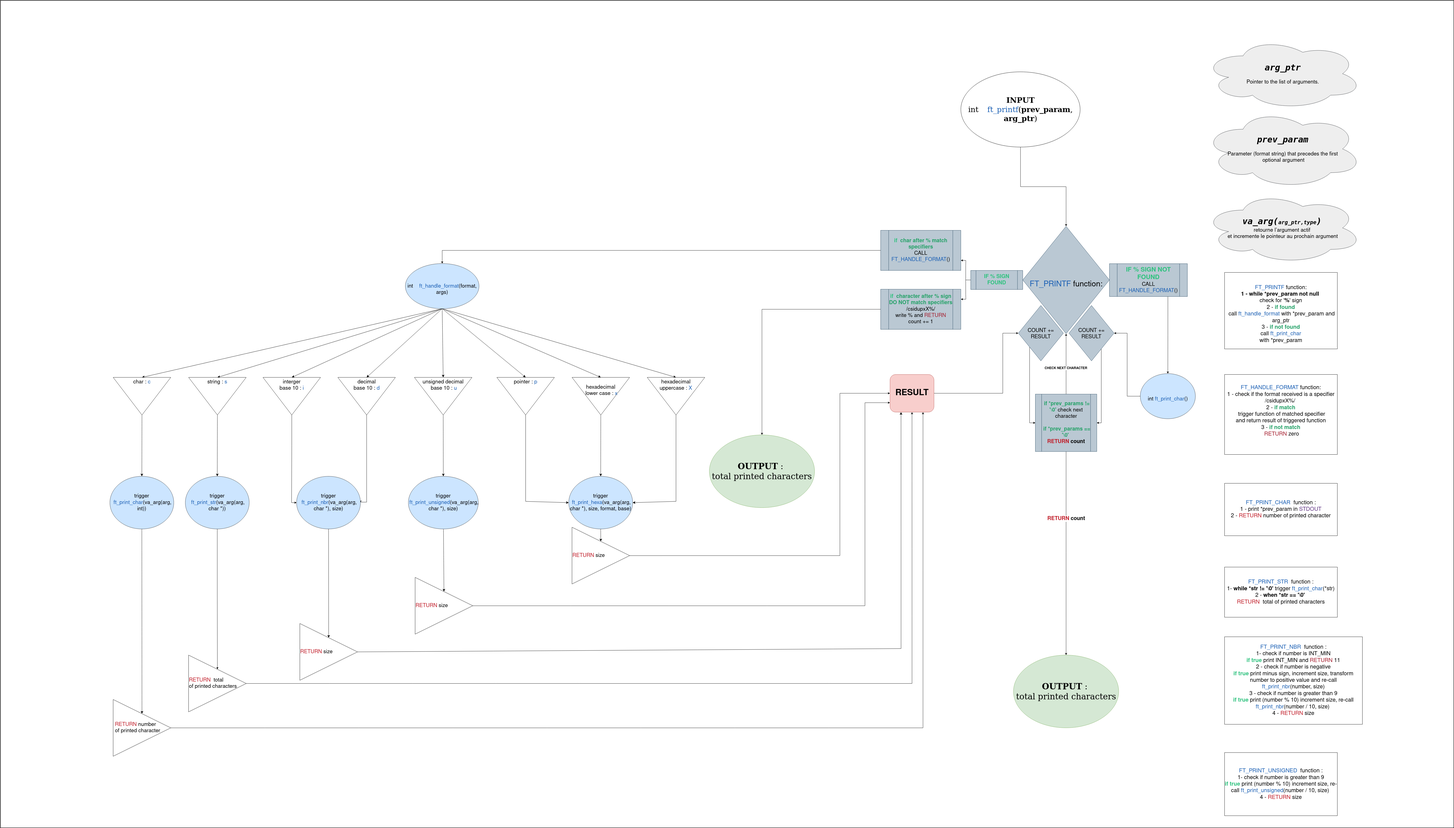
The draw.io diagram ft_printf/ft_printf_Diagram.drawio.png in B8-RX/42-cursus, before a commit. Source tidied: cells renumbered, new cells last; positions are measured from the earlier drawing's top-left corner, leaving out a move shared by most shapes.
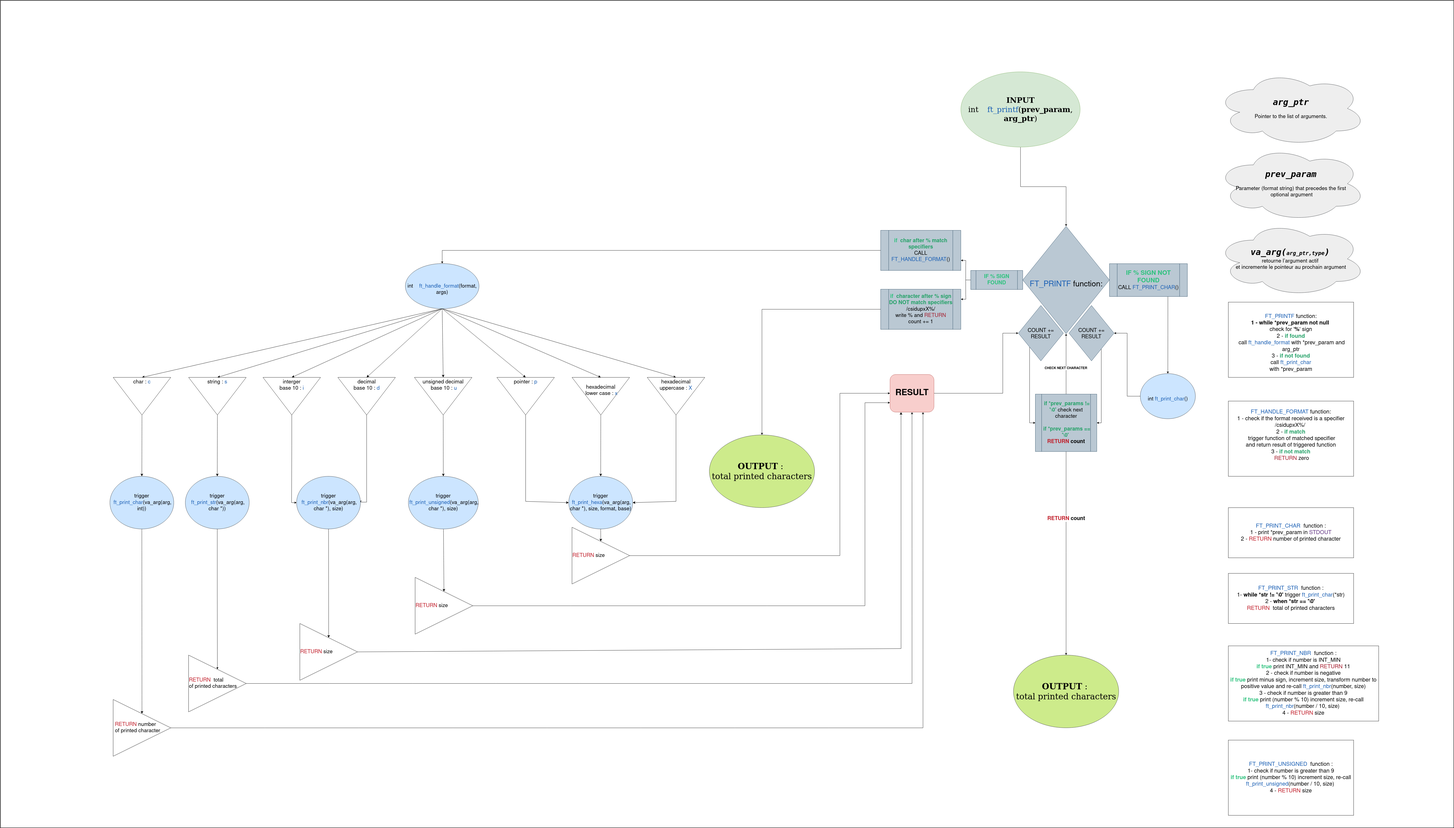
The same file after the commit.

Commit message:
ft_printf: fix function call ft_print_char, diagram ft_printf

Change to the diagram source:
```diff
@@ -40,3 +40,3 @@
     </mxCell>
-    <mxCell id="14" value="&lt;div style=&quot;font-size: 30px;&quot;&gt;&lt;font style=&quot;font-size: 30px;&quot;&gt;&lt;b&gt;&lt;font style=&quot;font-size: 30px;&quot;&gt;INPUT&lt;/font&gt;&lt;/b&gt;&lt;/font&gt;&lt;/div&gt;&lt;div style=&quot;font-size: 30px;&quot;&gt;&lt;font style=&quot;font-size: 30px;&quot;&gt;int&lt;span style=&quot;white-space: pre;&quot;&gt;&#9;&lt;/span&gt;&lt;font style=&quot;font-size: 30px;&quot; color=&quot;#1a5fb4&quot;&gt;ft_printf&lt;/font&gt;(&lt;b&gt;prev_param&lt;/b&gt;, &lt;b&gt;arg_ptr&lt;/b&gt;)&lt;font style=&quot;font-size: 30px;&quot;&gt;&lt;br&gt;&lt;/font&gt;&lt;/font&gt;&lt;/div&gt;" style="ellipse;whiteSpace=wrap;html=1;rounded=0;shadow=0;comic=0;labelBackgroundColor=none;strokeWidth=1;fontFamily=Verdana;fontSize=16;align=center;labelBorderColor=none;fillColor=none;" parent="1" vertex="1">
+    <mxCell id="14" value="&lt;div style=&quot;font-size: 30px;&quot;&gt;&lt;font style=&quot;font-size: 30px;&quot;&gt;&lt;b&gt;&lt;font style=&quot;font-size: 30px;&quot;&gt;INPUT&lt;/font&gt;&lt;/b&gt;&lt;/font&gt;&lt;/div&gt;&lt;div style=&quot;font-size: 30px;&quot;&gt;&lt;font style=&quot;font-size: 30px;&quot;&gt;int&lt;span style=&quot;white-space: pre;&quot;&gt;&#9;&lt;/span&gt;&lt;font style=&quot;font-size: 30px;&quot; color=&quot;#1a5fb4&quot;&gt;ft_printf&lt;/font&gt;(&lt;b&gt;prev_param&lt;/b&gt;, &lt;b&gt;arg_ptr&lt;/b&gt;)&lt;font style=&quot;font-size: 30px;&quot;&gt;&lt;br&gt;&lt;/font&gt;&lt;/font&gt;&lt;/div&gt;" style="ellipse;whiteSpace=wrap;html=1;rounded=0;shadow=0;comic=0;labelBackgroundColor=none;strokeWidth=1;fontFamily=Verdana;fontSize=16;align=center;labelBorderColor=none;fillColor=#d5e8d4;strokeColor=#82b366;" parent="1" vertex="1">
       <mxGeometry x="3832.6" y="285" width="476.1" height="300" as="geometry" />
@@ -113,6 +113,6 @@
     <mxCell id="32" value="&lt;b&gt;&lt;font size=&quot;1&quot;&gt;&lt;em&gt;&lt;code style=&quot;font-size: 34px;&quot;&gt;arg_ptr&lt;/code&gt;&lt;/em&gt;&lt;/font&gt;&lt;/b&gt;&lt;br style=&quot;font-size: 21px;&quot;&gt;&lt;br style=&quot;font-size: 21px;&quot;&gt;Pointer to the list of arguments." style="ellipse;shape=cloud;whiteSpace=wrap;html=1;fillColor=#eeeeee;strokeColor=#36393d;fontSize=21;" parent="1" vertex="1">
-      <mxGeometry x="4800" y="150" width="635" height="285" as="geometry" />
+      <mxGeometry x="4850" y="281" width="600" height="300" as="geometry" />
     </mxCell>
     <mxCell id="33" value="&lt;font size=&quot;1&quot;&gt;&lt;b&gt;&lt;em&gt;&lt;code style=&quot;font-size: 34px;&quot;&gt;prev_param&lt;/code&gt;&lt;/em&gt;&lt;/b&gt;&lt;/font&gt;&lt;br style=&quot;font-size: 21px;&quot;&gt;&lt;div style=&quot;font-size: 21px;&quot;&gt;&lt;br style=&quot;font-size: 21px;&quot;&gt;Parameter (format string) that precedes the first&lt;/div&gt;&lt;div style=&quot;font-size: 21px;&quot;&gt;&amp;nbsp;optional argument &lt;br&gt;&lt;/div&gt;" style="ellipse;shape=cloud;whiteSpace=wrap;html=1;fillColor=#eeeeee;strokeColor=#36393d;fontSize=21;" parent="1" vertex="1">
-      <mxGeometry x="4800" y="435" width="635" height="315" as="geometry" />
+      <mxGeometry x="4850" y="581" width="600" height="300" as="geometry" />
     </mxCell>
@@ -173,3 +173,3 @@
     </mxCell>
-    <mxCell id="48" value="&lt;div style=&quot;font-size: 33px;&quot;&gt;&lt;font style=&quot;font-size: 33px;&quot;&gt;&lt;b&gt;OUTPUT&lt;/b&gt; :&amp;nbsp;&lt;/font&gt;&lt;/div&gt;&lt;div style=&quot;font-size: 33px;&quot;&gt;&lt;font style=&quot;font-size: 33px;&quot;&gt;total printed &lt;/font&gt;&lt;font style=&quot;font-size: 33px;&quot;&gt;characters&lt;/font&gt;&lt;/div&gt;" style="ellipse;whiteSpace=wrap;html=1;rounded=0;shadow=0;comic=0;labelBackgroundColor=none;strokeWidth=1;fontFamily=Verdana;fontSize=16;align=center;labelBorderColor=none;fillColor=#d5e8d4;strokeColor=#82b366;" parent="1" vertex="1">
+    <mxCell id="48" value="&lt;div style=&quot;font-size: 33px;&quot;&gt;&lt;font style=&quot;font-size: 33px;&quot;&gt;&lt;b&gt;OUTPUT&lt;/b&gt; :&amp;nbsp;&lt;/font&gt;&lt;/div&gt;&lt;div style=&quot;font-size: 33px;&quot;&gt;&lt;font style=&quot;font-size: 33px;&quot;&gt;total printed &lt;/font&gt;&lt;font style=&quot;font-size: 33px;&quot;&gt;characters&lt;/font&gt;&lt;/div&gt;" style="ellipse;whiteSpace=wrap;html=1;rounded=0;shadow=0;comic=0;labelBackgroundColor=none;strokeWidth=1;fontFamily=Verdana;fontSize=16;align=center;labelBorderColor=none;fillColor=#cdeb8b;strokeColor=#36393d;" parent="1" vertex="1">
       <mxGeometry x="4042.6" y="2611" width="420" height="290" as="geometry" />
@@ -183,9 +183,9 @@
     <mxCell id="51" value="&lt;div style=&quot;font-size: 22px;&quot;&gt;&lt;font style=&quot;font-size: 22px;&quot; color=&quot;#1a5fb4&quot;&gt;FT_PRINT_STR&lt;/font&gt;&amp;nbsp; function :&lt;br style=&quot;font-size: 22px;&quot;&gt;&lt;/div&gt;&lt;div style=&quot;font-size: 22px;&quot;&gt;1- &lt;b&gt;&lt;font style=&quot;font-size: 22px;&quot;&gt;while *str != '\0'&lt;/font&gt;&lt;/b&gt; trigger &lt;font style=&quot;font-size: 22px;&quot; color=&quot;#1a5fb4&quot;&gt;ft_print_char&lt;/font&gt;(*str)&lt;/div&gt;&lt;div style=&quot;font-size: 22px;&quot;&gt;2 - &lt;b&gt;when &lt;font style=&quot;font-size: 22px;&quot;&gt;*str == '\0'&lt;/font&gt;&amp;nbsp;&lt;/b&gt;&lt;/div&gt;&lt;div style=&quot;font-size: 22px;&quot;&gt;&lt;font style=&quot;font-size: 22px;&quot; color=&quot;#c01c28&quot;&gt;RETURN&lt;/font&gt;&amp;nbsp; total of printed characters&lt;/div&gt;" style="rounded=0;whiteSpace=wrap;html=1;fontSize=22;" parent="1" vertex="1">
-      <mxGeometry x="4885" y="2260" width="450" height="200" as="geometry" />
+      <mxGeometry x="4900" y="2285" width="500" height="200" as="geometry" />
     </mxCell>
     <mxCell id="52" value="&lt;div style=&quot;font-size: 22px;&quot;&gt;&lt;font style=&quot;font-size: 22px;&quot; color=&quot;#1a5fb4&quot;&gt;FT_PRINT_NBR&lt;/font&gt;&amp;nbsp; function :&lt;br style=&quot;font-size: 22px;&quot;&gt;&lt;/div&gt;&lt;div style=&quot;font-size: 22px;&quot;&gt;1- check if number is INT_MIN&lt;/div&gt;&lt;div style=&quot;font-size: 22px;&quot;&gt;&lt;b style=&quot;font-size: 22px;&quot;&gt;&lt;font style=&quot;font-size: 22px;&quot; color=&quot;#2ec27e&quot;&gt;if true&lt;/font&gt;&lt;/b&gt; print INT_MIN and &lt;font style=&quot;font-size: 22px;&quot; color=&quot;#a51d2d&quot;&gt;RETURN&lt;/font&gt; 11&lt;/div&gt;&lt;div style=&quot;font-size: 22px;&quot;&gt;2 - check if number is negative&lt;/div&gt;&lt;div style=&quot;font-size: 22px;&quot;&gt; &lt;b style=&quot;font-size: 22px;&quot;&gt;&lt;font style=&quot;font-size: 22px;&quot; color=&quot;#2ec27e&quot;&gt;if true&lt;/font&gt;&lt;/b&gt; print minus sign, increment size, transform number to positive value and re-call &lt;font style=&quot;font-size: 22px;&quot; color=&quot;#1a5fb4&quot;&gt;ft_print_nbr&lt;/font&gt;(number, size)&lt;/div&gt;&lt;div style=&quot;font-size: 22px;&quot;&gt;3 - check if number is greater than 9 &lt;br style=&quot;font-size: 22px;&quot;&gt;&lt;/div&gt;&lt;div style=&quot;font-size: 22px;&quot;&gt;&lt;b style=&quot;font-size: 22px;&quot;&gt;&lt;font style=&quot;font-size: 22px;&quot; color=&quot;#2ec27e&quot;&gt;if true&lt;/font&gt;&lt;/b&gt; print (number % 10) increment size, re-call &lt;font style=&quot;font-size: 22px;&quot; color=&quot;#1a5fb4&quot;&gt;ft_print_nbr&lt;/font&gt;(number / 10, size)&amp;nbsp;&lt;/div&gt;&lt;div style=&quot;font-size: 22px;&quot;&gt;4 - &lt;font style=&quot;font-size: 22px;&quot; color=&quot;#c01c28&quot;&gt;RETURN&lt;/font&gt; size&lt;br style=&quot;font-size: 22px;&quot;&gt;&lt;/div&gt;" style="rounded=0;whiteSpace=wrap;html=1;fontSize=22;" parent="1" vertex="1">
-      <mxGeometry x="4885" y="2538" width="550" height="349" as="geometry" />
+      <mxGeometry x="4900" y="2574.2" width="600" height="300" as="geometry" />
     </mxCell>
     <mxCell id="53" value="&lt;div style=&quot;font-size: 22px;&quot;&gt;&lt;font style=&quot;font-size: 22px;&quot; color=&quot;#1a5fb4&quot;&gt;FT_PRINT_CHAR&lt;/font&gt;&amp;nbsp; function :&lt;br style=&quot;font-size: 22px;&quot;&gt;&lt;/div&gt;&lt;div style=&quot;font-size: 22px;&quot;&gt;1 - print &lt;font style=&quot;font-size: 22px;&quot;&gt;*prev_param&lt;/font&gt; in &lt;font style=&quot;font-size: 22px;&quot; color=&quot;#613583&quot;&gt;STDOUT&lt;/font&gt;&lt;br style=&quot;font-size: 22px;&quot;&gt;&lt;/div&gt;2 - &lt;font style=&quot;font-size: 22px;&quot; color=&quot;#c01c28&quot;&gt;RETURN&lt;/font&gt; number of printed character" style="rounded=0;whiteSpace=wrap;html=1;fontSize=22;" parent="1" vertex="1">
-      <mxGeometry x="4885" y="1926" width="450" height="209" as="geometry" />
+      <mxGeometry x="4900" y="2023" width="500" height="200" as="geometry" />
     </mxCell>
@@ -218,3 +218,3 @@
     <mxCell id="61" value="&lt;div style=&quot;font-size: 22px;&quot;&gt;&lt;font style=&quot;font-size: 22px;&quot; color=&quot;#1a5fb4&quot;&gt;FT_PRINT_UNSIGNED&lt;/font&gt;&amp;nbsp; function :&lt;br style=&quot;font-size: 22px;&quot;&gt;&lt;/div&gt;&lt;div style=&quot;font-size: 22px;&quot;&gt;1- check if number is greater than 9 &lt;br style=&quot;font-size: 22px;&quot;&gt;&lt;/div&gt;&lt;div style=&quot;font-size: 22px;&quot;&gt;&lt;b style=&quot;font-size: 22px;&quot;&gt;&lt;font style=&quot;font-size: 22px;&quot; color=&quot;#2ec27e&quot;&gt;if true&lt;/font&gt;&lt;/b&gt; print (number % 10) increment size, re-call &lt;font style=&quot;font-size: 22px;&quot; color=&quot;#1a5fb4&quot;&gt;ft_print_unsigned&lt;/font&gt;(number / 10, size)&amp;nbsp;&lt;/div&gt;&lt;div style=&quot;font-size: 22px;&quot;&gt;4 - &lt;font style=&quot;font-size: 22px;&quot; color=&quot;#c01c28&quot;&gt;RETURN&lt;/font&gt; size&lt;br style=&quot;font-size: 22px;&quot;&gt;&lt;/div&gt;" style="rounded=0;whiteSpace=wrap;html=1;fontSize=22;" parent="1" vertex="1">
-      <mxGeometry x="4885" y="2999.7" width="450" height="251.8" as="geometry" />
+      <mxGeometry x="4900" y="2950" width="500" height="300" as="geometry" />
     </mxCell>
@@ -232,3 +232,3 @@
     <mxCell id="64" value="&lt;div style=&quot;font-size: 22px;&quot;&gt;&lt;font style=&quot;font-size: 22px;&quot;&gt;&lt;font style=&quot;font-size: 22px;&quot; color=&quot;#1a5fb4&quot;&gt;FT_HANDLE_FORMAT&lt;/font&gt; function:&lt;/font&gt;&lt;/div&gt;&lt;div style=&quot;font-size: 22px;&quot;&gt;&lt;font style=&quot;font-size: 22px;&quot;&gt;1 - check if the format received is a specifier&lt;br style=&quot;font-size: 22px;&quot;&gt;&lt;/font&gt;&lt;/div&gt;&lt;div style=&quot;font-size: 22px;&quot;&gt;&lt;font style=&quot;font-size: 22px;&quot;&gt;/csidupxX%/&amp;nbsp;&lt;/font&gt;&lt;/div&gt;&lt;div style=&quot;font-size: 22px;&quot;&gt;2 - &lt;font style=&quot;font-size: 22px;&quot; color=&quot;#26a269&quot;&gt;&lt;b style=&quot;font-size: 22px;&quot;&gt;if match &lt;br style=&quot;font-size: 22px;&quot;&gt;&lt;/b&gt;&lt;/font&gt;&lt;/div&gt;&lt;div style=&quot;font-size: 22px;&quot;&gt;&amp;nbsp;trigger function of matched specifier&lt;/div&gt;&lt;div style=&quot;font-size: 22px;&quot;&gt;and return result of triggered function&lt;/div&gt;&lt;div style=&quot;font-size: 22px;&quot;&gt;3 - &lt;b style=&quot;font-size: 22px;&quot;&gt;&lt;font style=&quot;font-size: 22px;&quot; color=&quot;#26a269&quot;&gt;if not match &lt;/font&gt;&lt;/b&gt;&lt;br style=&quot;font-size: 22px;&quot;&gt;&lt;/div&gt;&lt;div style=&quot;font-size: 22px;&quot;&gt;&lt;font style=&quot;font-size: 22px;&quot; color=&quot;#a51d2d&quot;&gt;&amp;nbsp;RETURN&lt;/font&gt; zero&lt;br style=&quot;font-size: 22px;&quot;&gt;&lt;/div&gt;&lt;div style=&quot;font-size: 22px;&quot;&gt;&lt;br style=&quot;font-size: 22px;&quot;&gt;&lt;/div&gt;" style="rounded=0;whiteSpace=wrap;html=1;fontSize=22;" parent="1" vertex="1">
-      <mxGeometry x="4885" y="1491.9" width="450" height="319.1" as="geometry" />
+      <mxGeometry x="4900" y="1598" width="500" height="300" as="geometry" />
     </mxCell>
@@ -254,3 +254,3 @@
     </mxCell>
-    <mxCell id="71" value="&lt;div&gt;&lt;font size=&quot;1&quot; color=&quot;#2ec27e&quot;&gt;&lt;b style=&quot;font-size: 25px;&quot;&gt;IF % SIGN NOT FOUND&lt;/b&gt;&lt;/font&gt;&lt;/div&gt;&lt;div&gt;&lt;div style=&quot;font-size: 21px;&quot;&gt;CALL &lt;font color=&quot;#1a5fb4&quot;&gt;FT_HANDLE_FORMAT&lt;/font&gt;()&lt;font style=&quot;font-size: 21px;&quot;&gt;&lt;br style=&quot;font-size: 21px;&quot;&gt;&lt;/font&gt;&lt;/div&gt;&lt;/div&gt;" style="shape=process;whiteSpace=wrap;html=1;backgroundOutline=1;fillColor=#bac8d3;strokeColor=#23445d;" parent="1" vertex="1">
+    <mxCell id="71" value="&lt;div&gt;&lt;font size=&quot;1&quot; color=&quot;#2ec27e&quot;&gt;&lt;b style=&quot;font-size: 25px;&quot;&gt;IF % SIGN NOT FOUND&lt;/b&gt;&lt;/font&gt;&lt;/div&gt;&lt;div&gt;&lt;div style=&quot;font-size: 21px;&quot;&gt;CALL &lt;font color=&quot;#1a5fb4&quot;&gt;FT_PRINT_CHAR&lt;/font&gt;()&lt;font style=&quot;font-size: 21px;&quot;&gt;&lt;br style=&quot;font-size: 21px;&quot;&gt;&lt;/font&gt;&lt;/div&gt;&lt;/div&gt;" style="shape=process;whiteSpace=wrap;html=1;backgroundOutline=1;fillColor=#bac8d3;strokeColor=#23445d;" parent="1" vertex="1">
       <mxGeometry x="4425.6" y="1050" width="311" height="131" as="geometry" />
@@ -297,5 +297,5 @@
     <mxCell id="83" value="&lt;div style=&quot;font-size: 22px;&quot;&gt;&lt;br style=&quot;font-size: 22px;&quot;&gt;&lt;/div&gt;&lt;div style=&quot;font-size: 22px;&quot;&gt;&lt;font style=&quot;font-size: 22px;&quot; color=&quot;#1a5fb4&quot;&gt;FT_PRINTF&lt;/font&gt; function:&lt;br style=&quot;font-size: 22px;&quot;&gt;&lt;/div&gt;&lt;div style=&quot;font-size: 22px;&quot;&gt;&lt;b style=&quot;font-size: 22px;&quot;&gt;&lt;font style=&quot;font-size: 22px;&quot;&gt;1 - while &lt;font style=&quot;font-size: 22px;&quot;&gt;*prev_param&lt;/font&gt; not null&amp;nbsp;&lt;/font&gt;&lt;/b&gt;&lt;/div&gt;&lt;div style=&quot;font-size: 22px;&quot;&gt;check for '&lt;font style=&quot;font-size: 22px;&quot;&gt;&lt;b style=&quot;font-size: 22px;&quot;&gt;%&lt;/b&gt;&lt;/font&gt;' sign&lt;/div&gt;&lt;div style=&quot;font-size: 22px;&quot;&gt;2 - &lt;font style=&quot;font-size: 22px;&quot; color=&quot;#26a269&quot;&gt;&lt;b style=&quot;font-size: 22px;&quot;&gt;if found&lt;/b&gt;&lt;/font&gt;&lt;/div&gt;&lt;div style=&quot;font-size: 22px;&quot;&gt;&amp;nbsp;call &lt;font style=&quot;font-size: 22px;&quot; color=&quot;#1a5fb4&quot;&gt;ft_handle_format&lt;/font&gt; with &lt;font style=&quot;font-size: 22px;&quot;&gt;*prev_param&lt;/font&gt;&lt;font style=&quot;font-size: 22px;&quot; color=&quot;#ffbe6f&quot;&gt; &lt;/font&gt;and &lt;font style=&quot;font-size: 22px;&quot;&gt;arg_ptr&lt;/font&gt; &lt;br style=&quot;font-size: 22px;&quot;&gt;&lt;/div&gt;&lt;div style=&quot;font-size: 22px;&quot;&gt;3 - &lt;font style=&quot;font-size: 22px;&quot; color=&quot;#26a269&quot;&gt;&lt;b style=&quot;font-size: 22px;&quot;&gt;if not found&lt;/b&gt;&lt;/font&gt;&lt;/div&gt;&lt;div style=&quot;font-size: 22px;&quot;&gt;call &lt;font style=&quot;font-size: 22px;&quot; color=&quot;#1a5fb4&quot;&gt;ft_print_char&lt;/font&gt; &lt;br style=&quot;font-size: 22px;&quot;&gt;&lt;/div&gt;&lt;div style=&quot;font-size: 22px;&quot;&gt;with &lt;font style=&quot;font-size: 22px;&quot;&gt;*prev_param&lt;/font&gt;&lt;br style=&quot;font-size: 22px;&quot;&gt;&lt;/div&gt;" style="rounded=0;whiteSpace=wrap;html=1;fontSize=22;" parent="1" vertex="1">
-      <mxGeometry x="4885" y="1085" width="450" height="305" as="geometry" />
+      <mxGeometry x="4900" y="1203.5" width="500" height="300" as="geometry" />
     </mxCell>
-    <mxCell id="84" value="&lt;div style=&quot;font-size: 33px;&quot;&gt;&lt;font style=&quot;font-size: 33px;&quot;&gt;&lt;b&gt;OUTPUT&lt;/b&gt; :&amp;nbsp;&lt;/font&gt;&lt;/div&gt;&lt;div style=&quot;font-size: 33px;&quot;&gt;&lt;font style=&quot;font-size: 33px;&quot;&gt;total printed &lt;/font&gt;&lt;font style=&quot;font-size: 33px;&quot;&gt;characters&lt;/font&gt;&lt;/div&gt;" style="ellipse;whiteSpace=wrap;html=1;rounded=0;shadow=0;comic=0;labelBackgroundColor=none;strokeWidth=1;fontFamily=Verdana;fontSize=16;align=center;labelBorderColor=none;fillColor=#d5e8d4;strokeColor=#82b366;" parent="1" vertex="1">
+    <mxCell id="84" value="&lt;div style=&quot;font-size: 33px;&quot;&gt;&lt;font style=&quot;font-size: 33px;&quot;&gt;&lt;b&gt;OUTPUT&lt;/b&gt; :&amp;nbsp;&lt;/font&gt;&lt;/div&gt;&lt;div style=&quot;font-size: 33px;&quot;&gt;&lt;font style=&quot;font-size: 33px;&quot;&gt;total printed &lt;/font&gt;&lt;font style=&quot;font-size: 33px;&quot;&gt;characters&lt;/font&gt;&lt;/div&gt;" style="ellipse;whiteSpace=wrap;html=1;rounded=0;shadow=0;comic=0;labelBackgroundColor=none;strokeWidth=1;fontFamily=Verdana;fontSize=16;align=center;labelBorderColor=none;fillColor=#cdeb8b;strokeColor=#36393d;" parent="1" vertex="1">
       <mxGeometry x="2829" y="1733" width="420" height="290" as="geometry" />
@@ -303,3 +303,3 @@
     <mxCell id="85" value="&lt;div&gt;&lt;font style=&quot;font-size: 33px;&quot;&gt;&lt;b&gt;&lt;em&gt;&lt;code style=&quot;font-size: 34px;&quot;&gt;va_arg(&lt;/code&gt;&lt;/em&gt;&lt;/b&gt;&lt;/font&gt;&lt;font size=&quot;1&quot;&gt;&lt;font&gt;&lt;b&gt;&lt;em&gt;&lt;code style=&quot;font-size: 21px;&quot;&gt;arg_ptr,type&lt;/code&gt;&lt;/em&gt;&lt;/b&gt;&lt;/font&gt;&lt;b&gt;&lt;em&gt;&lt;code style=&quot;font-size: 34px;&quot;&gt;)&lt;/code&gt;&lt;/em&gt;&lt;/b&gt;&lt;/font&gt;&lt;strong&gt;&lt;code&gt;&lt;/code&gt;&lt;/strong&gt;&amp;nbsp;&lt;/div&gt;&lt;div&gt;retourne l’argument actif&amp;nbsp;&lt;/div&gt;&lt;div&gt;et incremente le pointeur au prochain argument&lt;br&gt;&lt;/div&gt;" style="ellipse;shape=cloud;whiteSpace=wrap;html=1;fillColor=#eeeeee;strokeColor=#36393d;fontSize=21;" parent="1" vertex="1">
-      <mxGeometry x="4800" y="765" width="635" height="285" as="geometry" />
+      <mxGeometry x="4850" y="881" width="600" height="300" as="geometry" />
     </mxCell>
```
